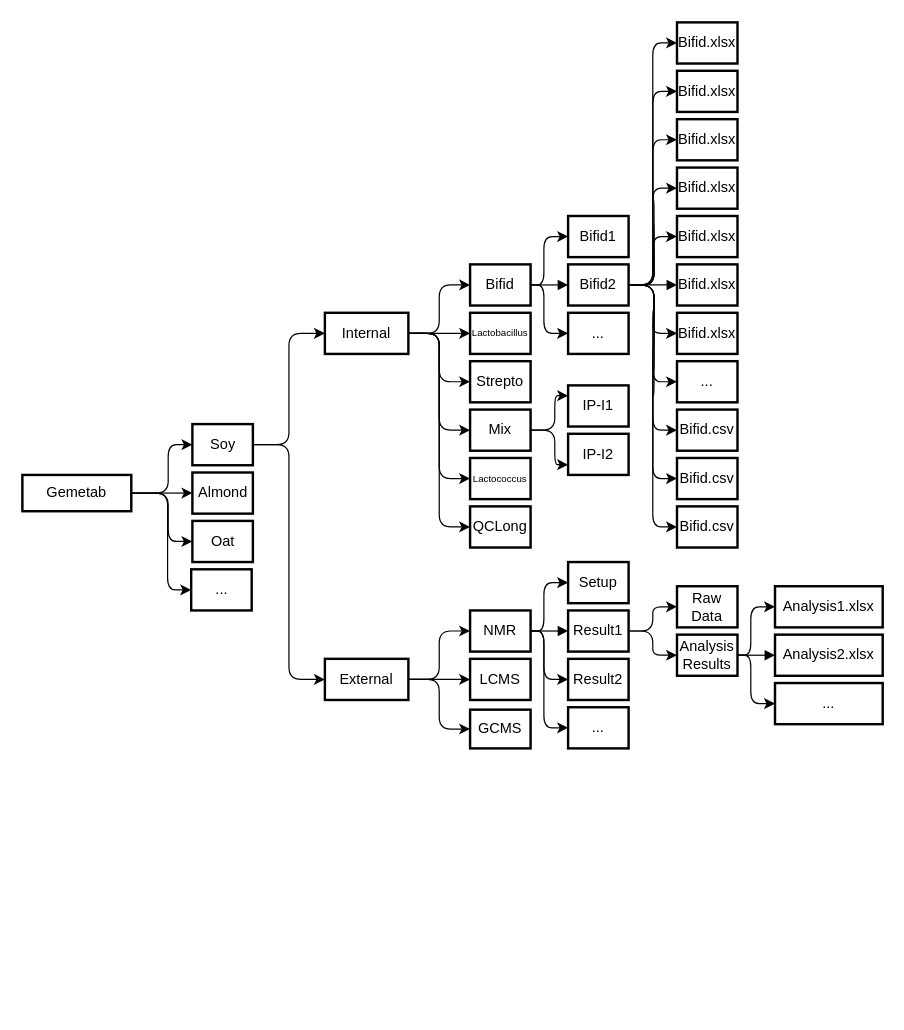
Above: Diagramme sans nom.drawio in Yoseko/first_streamlit_app (draw.io), before the change. Source tidied: cells renumbered, new cells numbered last; positions are measured from the earlier drawing's top-left corner, leaving out a move shared by most shapes. Both pictures are drawn from the tidied source at 121%, with x=0, y=0 at pixel (22, 22).
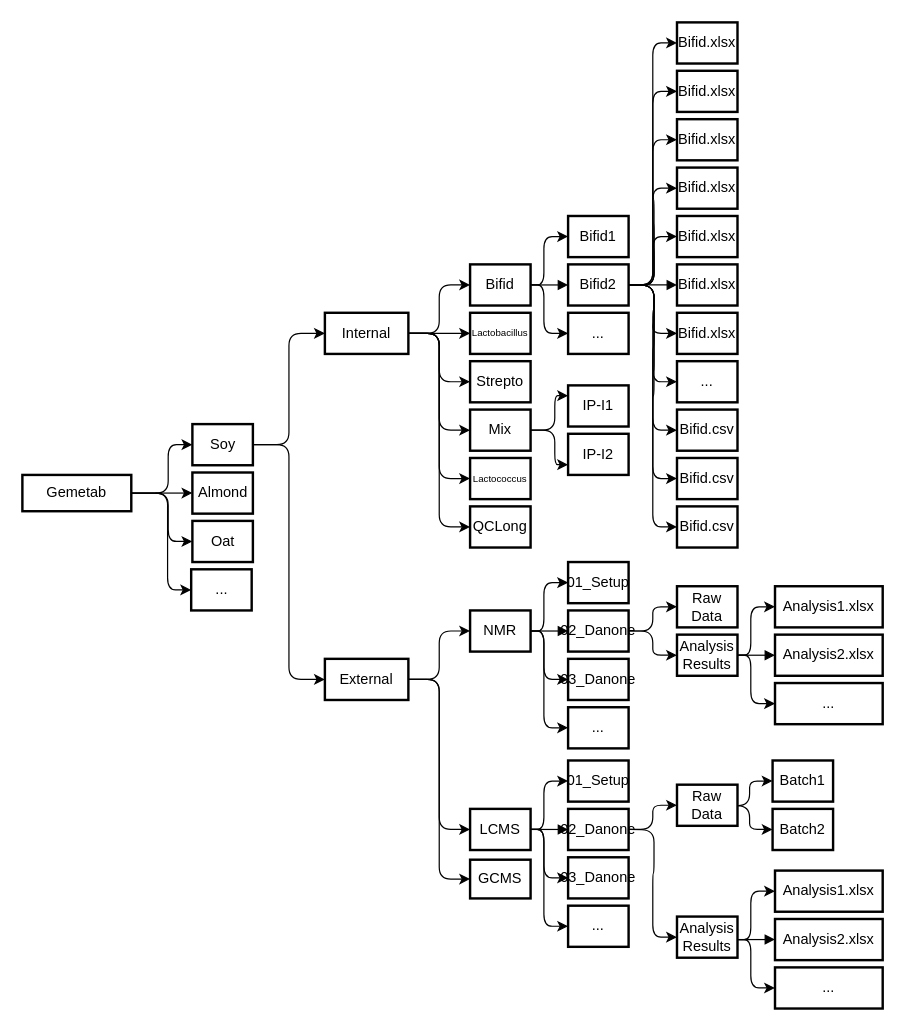
The same diagram, later.

Unchanged cells that the change refers to:
```xml
<mxCell id="18" value="External" style="whiteSpace=wrap;strokeWidth=2;" parent="1" vertex="1">
  <mxGeometry x="250" y="526" width="69" height="34" as="geometry" />
</mxCell>
```

The edit, as a diff of the source:
```diff
@@
-    <mxCell id="16" style="edgeStyle=orthogonalEdgeStyle;rounded=0;jettySize=auto;html=1;exitX=1;exitY=0.5;exitDx=0;exitDy=0;" parent="1" edge="1" source="18" target="26">
+    <mxCell id="16" style="edgeStyle=orthogonalEdgeStyle;rounded=1;jettySize=auto;html=1;exitX=1;exitY=0.5;exitDx=0;exitDy=0;entryX=0;entryY=0.5;entryDx=0;entryDy=0;curved=0;" parent="1" edge="1" source="18" target="26">
       <mxGeometry relative="1" as="geometry" />
     </mxCell>
@@
     <mxCell id="26" value="LCMS" style="whiteSpace=wrap;strokeWidth=2;" parent="1" vertex="1">
-      <mxGeometry x="370" y="526" width="50" height="34" as="geometry" />
+      <mxGeometry x="370" y="650" width="50" height="34" as="geometry" />
     </mxCell>
     <mxCell id="27" value="GCMS" style="whiteSpace=wrap;strokeWidth=2;" parent="1" vertex="1">
-      <mxGeometry x="370" y="568" width="50" height="32" as="geometry" />
+      <mxGeometry x="370" y="692" width="50" height="32" as="geometry" />
     </mxCell>
@@
-    <mxCell id="33" value="Setup" style="whiteSpace=wrap;strokeWidth=2;" parent="1" vertex="1">
+    <mxCell id="33" value="01_Setup" style="whiteSpace=wrap;strokeWidth=2;" parent="1" vertex="1">
       <mxGeometry x="451" y="446" width="50" height="34" as="geometry" />
     </mxCell>
@@
-    <mxCell id="35" value="Result1" style="whiteSpace=wrap;strokeWidth=2;" parent="1" vertex="1">
+    <mxCell id="35" value="02_Danone" style="whiteSpace=wrap;strokeWidth=2;" parent="1" vertex="1">
       <mxGeometry x="451" y="486" width="50" height="34" as="geometry" />
     </mxCell>
@@
-    <mxCell id="37" value="Result2" style="whiteSpace=wrap;strokeWidth=2;" parent="1" vertex="1">
+    <mxCell id="37" value="03_Danone" style="whiteSpace=wrap;strokeWidth=2;" parent="1" vertex="1">
       <mxGeometry x="451" y="526" width="50" height="34" as="geometry" />
     </mxCell>
@@
+    <mxCell id="84" style="edgeStyle=orthogonalEdgeStyle;rounded=1;jettySize=auto;html=1;exitX=1;exitY=0.5;exitDx=0;exitDy=0;entryX=0;entryY=0.5;entryDx=0;entryDy=0;curved=0;" parent="1" edge="1" target="87">
+      <mxGeometry relative="1" as="geometry">
+        <mxPoint x="420" y="667" as="sourcePoint" />
+        <Array as="points">
+          <mxPoint x="431" y="667" />
+          <mxPoint x="431" y="627" />
+        </Array>
+      </mxGeometry>
+    </mxCell>
+    <mxCell id="85" style="edgeStyle=orthogonalEdgeStyle;rounded=1;jettySize=auto;html=1;exitX=1;exitY=0.5;exitDx=0;exitDy=0;entryX=0;entryY=0.5;entryDx=0;entryDy=0;curved=0;" parent="1" edge="1" target="92">
+      <mxGeometry relative="1" as="geometry">
+        <mxPoint x="420" y="667" as="sourcePoint" />
+        <Array as="points">
+          <mxPoint x="431" y="667" />
+          <mxPoint x="431" y="707" />
+        </Array>
+      </mxGeometry>
+    </mxCell>
+    <mxCell id="86" style="edgeStyle=orthogonalEdgeStyle;rounded=1;jettySize=auto;html=1;exitX=1;exitY=0.5;exitDx=0;exitDy=0;entryX=0;entryY=0.5;entryDx=0;entryDy=0;curved=0;" parent="1" edge="1" target="93">
+      <mxGeometry relative="1" as="geometry">
+        <mxPoint x="420" y="667" as="sourcePoint" />
+        <Array as="points">
+          <mxPoint x="431" y="667" />
+          <mxPoint x="431" y="747" />
+        </Array>
+      </mxGeometry>
+    </mxCell>
+    <mxCell id="87" value="01_Setup" style="whiteSpace=wrap;strokeWidth=2;" parent="1" vertex="1">
+      <mxGeometry x="451" y="610" width="50" height="34" as="geometry" />
+    </mxCell>
+    <mxCell id="88" style="edgeStyle=orthogonalEdgeStyle;rounded=1;jettySize=auto;html=1;exitX=1;exitY=0.5;exitDx=0;exitDy=0;entryX=0;entryY=0.5;entryDx=0;entryDy=0;curved=0;" parent="1" edge="1" target="94">
+      <mxGeometry relative="1" as="geometry">
+        <mxPoint x="580" y="647" as="sourcePoint" />
+      </mxGeometry>
+    </mxCell>
+    <mxCell id="89" style="edgeStyle=orthogonalEdgeStyle;rounded=1;jettySize=auto;html=1;exitX=1;exitY=0.5;exitDx=0;exitDy=0;entryX=0;entryY=0.5;entryDx=0;entryDy=0;curved=0;" parent="1" edge="1" target="95">
+      <mxGeometry relative="1" as="geometry">
+        <mxPoint x="580" y="647" as="sourcePoint" />
+      </mxGeometry>
+    </mxCell>
+    <mxCell id="90" value="02_Danone" style="whiteSpace=wrap;strokeWidth=2;" parent="1" vertex="1">
+      <mxGeometry x="451" y="650" width="50" height="34" as="geometry" />
+    </mxCell>
+    <mxCell id="91" style="curved=0;startArrow=none;endArrow=block;entryX=0;entryY=0.5;entryDx=0;entryDy=0;rounded=1;" parent="1" edge="1" target="90">
+      <mxGeometry relative="1" as="geometry">
+        <mxPoint x="421" y="667" as="sourcePoint" />
+      </mxGeometry>
+    </mxCell>
+    <mxCell id="92" value="03_Danone" style="whiteSpace=wrap;strokeWidth=2;" parent="1" vertex="1">
+      <mxGeometry x="451" y="690" width="50" height="34" as="geometry" />
+    </mxCell>
+    <mxCell id="93" value="..." style="whiteSpace=wrap;strokeWidth=2;" parent="1" vertex="1">
+      <mxGeometry x="451" y="730" width="50" height="34" as="geometry" />
+    </mxCell>
+    <mxCell id="94" value="Batch1" style="whiteSpace=wrap;strokeWidth=2;" parent="1" vertex="1">
+      <mxGeometry x="620" y="610" width="50" height="34" as="geometry" />
+    </mxCell>
+    <mxCell id="95" value="Batch2" style="whiteSpace=wrap;strokeWidth=2;" parent="1" vertex="1">
+      <mxGeometry x="620" y="650" width="50" height="34" as="geometry" />
+    </mxCell>
+    <mxCell id="96" style="edgeStyle=orthogonalEdgeStyle;rounded=1;jettySize=auto;html=1;curved=0;entryX=0;entryY=0.5;entryDx=0;entryDy=0;" parent="1" edge="1" target="98">
+      <mxGeometry relative="1" as="geometry">
+        <mxPoint x="501" y="667" as="sourcePoint" />
+      </mxGeometry>
+    </mxCell>
+    <mxCell id="97" value="Raw Data" style="whiteSpace=wrap;strokeWidth=2;" parent="1" vertex="1">
+      <mxGeometry x="541" y="630" width="50" height="34" as="geometry" />
+    </mxCell>
+    <mxCell id="98" value="Analysis Results" style="whiteSpace=wrap;strokeWidth=2;" parent="1" vertex="1">
+      <mxGeometry x="541" y="739" width="50" height="34" as="geometry" />
+    </mxCell>
+    <mxCell id="99" style="edgeStyle=orthogonalEdgeStyle;rounded=1;jettySize=auto;html=1;exitX=1;exitY=0.5;exitDx=0;exitDy=0;entryX=0;entryY=0.5;entryDx=0;entryDy=0;curved=0;" parent="1" edge="1" target="97">
+      <mxGeometry relative="1" as="geometry">
+        <mxPoint x="501" y="667" as="sourcePoint" />
+        <Array as="points">
+          <mxPoint x="521" y="667" />
+          <mxPoint x="521" y="647" />
+        </Array>
+      </mxGeometry>
+    </mxCell>
+    <mxCell id="100" style="edgeStyle=orthogonalEdgeStyle;rounded=1;jettySize=auto;html=1;exitX=1;exitY=0.5;exitDx=0;exitDy=0;entryX=0;entryY=0.5;entryDx=0;entryDy=0;curved=0;" parent="1" edge="1" target="102">
+      <mxGeometry relative="1" as="geometry">
+        <mxPoint x="591" y="758" as="sourcePoint" />
+        <Array as="points">
+          <mxPoint x="602" y="758" />
+          <mxPoint x="602" y="718" />
+        </Array>
+      </mxGeometry>
+    </mxCell>
+    <mxCell id="101" style="edgeStyle=orthogonalEdgeStyle;rounded=1;jettySize=auto;html=1;exitX=1;exitY=0.5;exitDx=0;exitDy=0;entryX=0;entryY=0.5;entryDx=0;entryDy=0;curved=0;" parent="1" edge="1" target="105">
+      <mxGeometry relative="1" as="geometry">
+        <mxPoint x="591" y="758" as="sourcePoint" />
+        <Array as="points">
+          <mxPoint x="602" y="758" />
+          <mxPoint x="602" y="798" />
+        </Array>
+      </mxGeometry>
+    </mxCell>
+    <mxCell id="102" value="Analysis1.xlsx" style="whiteSpace=wrap;strokeWidth=2;" parent="1" vertex="1">
+      <mxGeometry x="622" y="701" width="89" height="34" as="geometry" />
+    </mxCell>
+    <mxCell id="103" value="Analysis2.xlsx" style="whiteSpace=wrap;strokeWidth=2;" parent="1" vertex="1">
+      <mxGeometry x="622" y="741" width="89" height="34" as="geometry" />
+    </mxCell>
+    <mxCell id="104" style="curved=0;startArrow=none;endArrow=block;entryX=0;entryY=0.5;entryDx=0;entryDy=0;rounded=1;" parent="1" edge="1" target="103">
+      <mxGeometry relative="1" as="geometry">
+        <mxPoint x="592" y="758" as="sourcePoint" />
+      </mxGeometry>
+    </mxCell>
+    <mxCell id="105" value="..." style="whiteSpace=wrap;strokeWidth=2;" parent="1" vertex="1">
+      <mxGeometry x="622" y="781" width="89" height="34" as="geometry" />
+    </mxCell>
```
